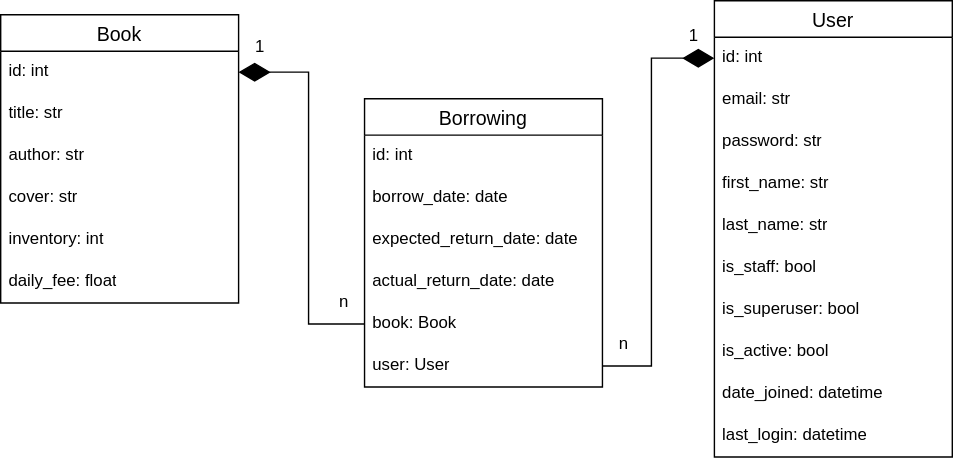
Before: models.svg, a diagram exported from draw.io (Neyrony/library-api). Source tidied: cells renumbered, new cells last; positions are measured from the earlier drawing's top-left corner, leaving out a move shared by most shapes.
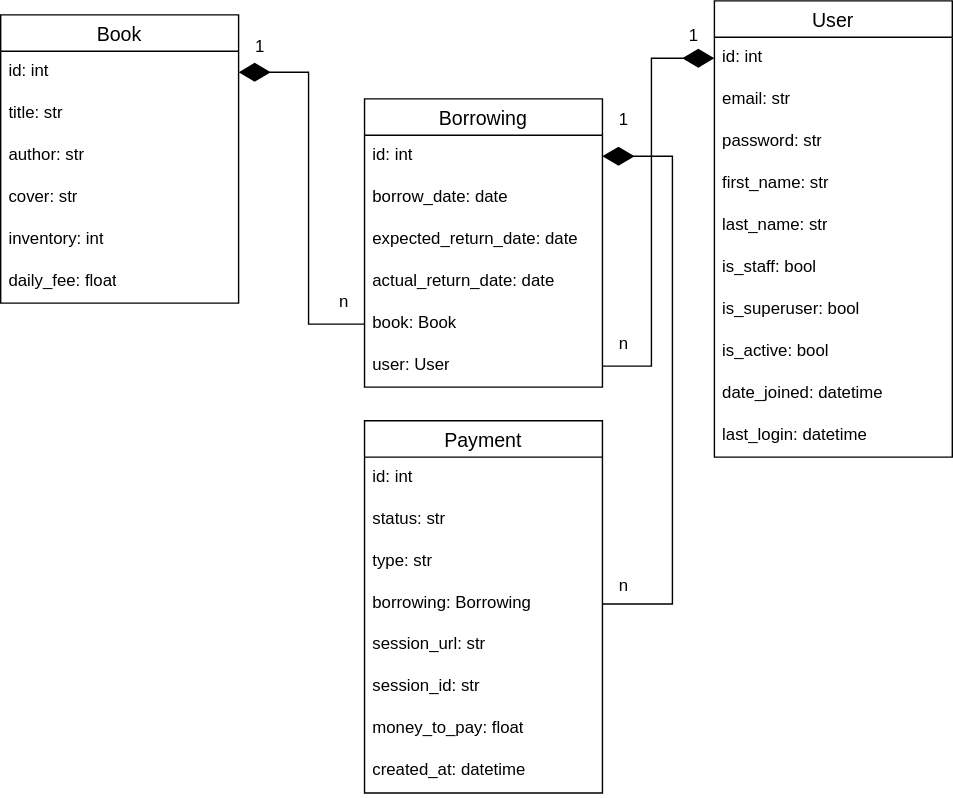
The same diagram one commit later.

Commit message:
docs: add payment model to models.svg

The edit, as a diff of the source:
```diff
@@ -95,5 +95,46 @@
     <mxCell id="32" value="1" style="text;html=1;align=center;verticalAlign=middle;strokeColor=none;fillColor=none;" parent="1" vertex="1">
       <mxGeometry x="480" y="10" width="30" height="30" as="geometry" />
     </mxCell>
+    <mxCell id="33" value="Payment" style="swimlane;fontStyle=0;horizontal=1;startSize=26;align=center;fontSize=14;" parent="1" vertex="1">
+      <mxGeometry x="260" y="300" width="170" height="266" as="geometry" />
+    </mxCell>
+    <mxCell id="34" value="id: int" style="text;strokeColor=none;fillColor=none;spacingLeft=4;spacingRight=4;overflow=hidden;fontSize=12;whiteSpace=wrap;html=1;" parent="33" vertex="1">
+      <mxGeometry y="26" width="170" height="30" as="geometry" />
+    </mxCell>
+    <mxCell id="35" value="status: str" style="text;strokeColor=none;fillColor=none;spacingLeft=4;spacingRight=4;overflow=hidden;fontSize=12;whiteSpace=wrap;html=1;" parent="33" vertex="1">
+      <mxGeometry y="56" width="170" height="30" as="geometry" />
+    </mxCell>
+    <mxCell id="36" value="type: str" style="text;strokeColor=none;fillColor=none;spacingLeft=4;spacingRight=4;overflow=hidden;fontSize=12;whiteSpace=wrap;html=1;" parent="33" vertex="1">
+      <mxGeometry y="86" width="170" height="30" as="geometry" />
+    </mxCell>
+    <mxCell id="37" value="borrowing: Borrowing" style="text;strokeColor=none;fillColor=none;spacingLeft=4;spacingRight=4;overflow=hidden;points=[[0,0.5],[1,0.5]];portConstraint=eastwest;fontSize=12;whiteSpace=wrap;html=1;" parent="33" vertex="1">
+      <mxGeometry y="116" width="170" height="30" as="geometry" />
+    </mxCell>
+    <mxCell id="38" value="session_url: str" style="text;strokeColor=none;fillColor=none;spacingLeft=4;spacingRight=4;overflow=hidden;fontSize=12;whiteSpace=wrap;html=1;" parent="33" vertex="1">
+      <mxGeometry y="146" width="170" height="30" as="geometry" />
+    </mxCell>
+    <mxCell id="39" value="session_id: str" style="text;strokeColor=none;fillColor=none;spacingLeft=4;spacingRight=4;overflow=hidden;fontSize=12;whiteSpace=wrap;html=1;" parent="33" vertex="1">
+      <mxGeometry y="176" width="170" height="30" as="geometry" />
+    </mxCell>
+    <mxCell id="40" value="money_to_pay: float" style="text;strokeColor=none;fillColor=none;spacingLeft=4;spacingRight=4;overflow=hidden;fontSize=12;whiteSpace=wrap;html=1;" parent="33" vertex="1">
+      <mxGeometry y="206" width="170" height="30" as="geometry" />
+    </mxCell>
+    <mxCell id="41" value="created_at: datetime" style="text;strokeColor=none;fillColor=none;spacingLeft=4;spacingRight=4;overflow=hidden;fontSize=12;whiteSpace=wrap;html=1;" parent="33" vertex="1">
+      <mxGeometry y="236" width="170" height="30" as="geometry" />
+    </mxCell>
+    <mxCell id="42" style="edgeStyle=orthogonalEdgeStyle;rounded=0;jettySize=auto;html=1;exitX=1;exitY=0.5;exitDx=0;exitDy=0;entryX=1;entryY=0.5;entryDx=0;entryDy=0;endArrow=diamondThin;endFill=1;startSize=20;endSize=20;" parent="1" edge="1" source="37" target="21">
+      <mxGeometry relative="1" as="geometry">
+        <Array as="points">
+          <mxPoint x="480" y="431" />
+          <mxPoint x="480" y="111" />
+        </Array>
+      </mxGeometry>
+    </mxCell>
+    <mxCell id="43" value="1" style="text;html=1;align=center;verticalAlign=middle;strokeColor=none;fillColor=none;" parent="1" vertex="1">
+      <mxGeometry x="430" y="70" width="30" height="30" as="geometry" />
+    </mxCell>
+    <mxCell id="44" value="n" style="text;html=1;align=center;verticalAlign=middle;strokeColor=none;fillColor=none;" parent="1" vertex="1">
+      <mxGeometry x="430" y="403" width="30" height="30" as="geometry" />
+    </mxCell>
   </root>
 </mxGraphModel>
```
